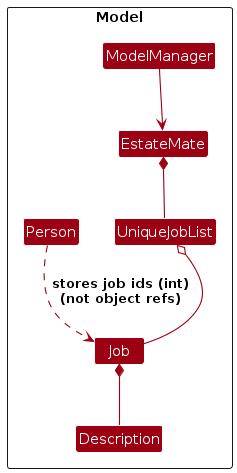
This is diagrams/JobModelClassDiagram.png from Glacialthorn/tp, a PlantUML export, as it was before one commit. Its source is kept beside it as diagrams/JobModelClassDiagram.puml. Its diagram source:
```plantuml
@startuml
!include style.puml
skinparam arrowThickness 1.1
skinparam arrowColor MODEL_COLOR
skinparam classBackgroundColor MODEL_COLOR
skinparam classAttributeIconSize 0

package Model <<Rectangle>> {

  class EstateMate {
    - persons : UniquePersonList
    - jobs : UniqueJobList
    + addJob(j: Job)
    + removeJobById(id: int)
    + markJobById(id: int)
    + unmarkJobById(id: int)
    + getJobList() : ObservableList<Job>
    + nextJobId() : int
  }

  class ModelManager {
    - estateMate : EstateMate
    + addJob(j: Job)
    + deleteJobById(id: int)
    + editJobById(id: int, d: Description)
    + markJobById(id: int)
    + unmarkJobById(id: int)
    + getFilteredJobList() : ObservableList<Job>
    + updateFilteredJobList(p: Predicate<Job>)
    + nextJobId() : int
    + getJobDescriptionById(id: int) : String
    + isJobCompleted(id: int) : Boolean
    + hasJobWithDescription(d: Description) : boolean
  }

  class UniqueJobList {
    - internalList : ObservableList<Job>
    + add(j: Job)
    + remove(j: Job)
    + containsDescription(d: Description) : boolean
    + mark(j: Job)
    + unmark(j: Job)
    + asUnmodifiableObservableList() : ObservableList<Job>
  }

  class Job {
    - id : int
    - description : Description
    - isDone : boolean
    + getId() : int
    + getDescription() : Description
    + getDone() : boolean
    + setDone(done: boolean)
    + isSameJob(other: Job) : boolean
  }

  class Description {
    - description : String
    {static} + MESSAGE_CONSTRAINTS : String
    {static} + isValidDescription(s: String) : boolean
  }

  class Person {
    - jobs : List<int>  ' references job ids
  }

  EstateMate *-- UniqueJobList
  UniqueJobList o-- Job
  Job *-- Description
  ModelManager --> EstateMate
  Person ..> Job : stores job ids (int)\n(not object refs)

}
@enduml
```
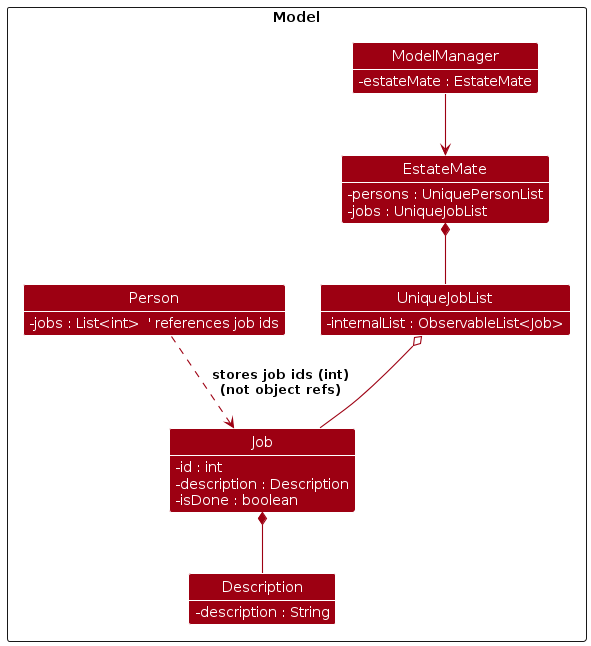
After the change.

The edit, as a diff of the source:
```diff
@@ -3,8 +3,11 @@
 skinparam arrowThickness 1.1
 skinparam arrowColor MODEL_COLOR
 skinparam classBackgroundColor MODEL_COLOR
-skinparam classAttributeIconSize 0
+skinparam ClassAttributeFontColor #MODEL_COLOR
+skinparam ClassAttributeIconSize 0
 
+show attributes
+show fields
 package Model <<Rectangle>> {
 
   class EstateMate {
@@ -56,8 +59,6 @@
 
   class Description {
     - description : String
-    {static} + MESSAGE_CONSTRAINTS : String
-    {static} + isValidDescription(s: String) : boolean
   }
 
   class Person {
```
